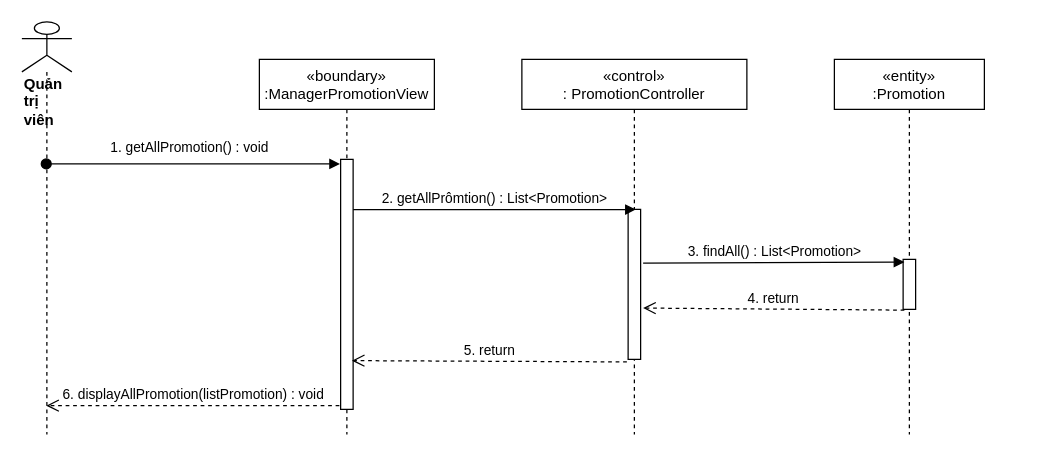
Earlier version of the draw.io diagram sequence diagram/view-promotions-manager-sequence.drawio (nguyenphamvan/datn_20202). Source tidied: cells renumbered, new cells numbered last; positions are measured from the earlier drawing's top-left corner, leaving out a move shared by most shapes. Both pictures are drawn from the tidied source at 125%, with x=0, y=0 at pixel (21, 21).
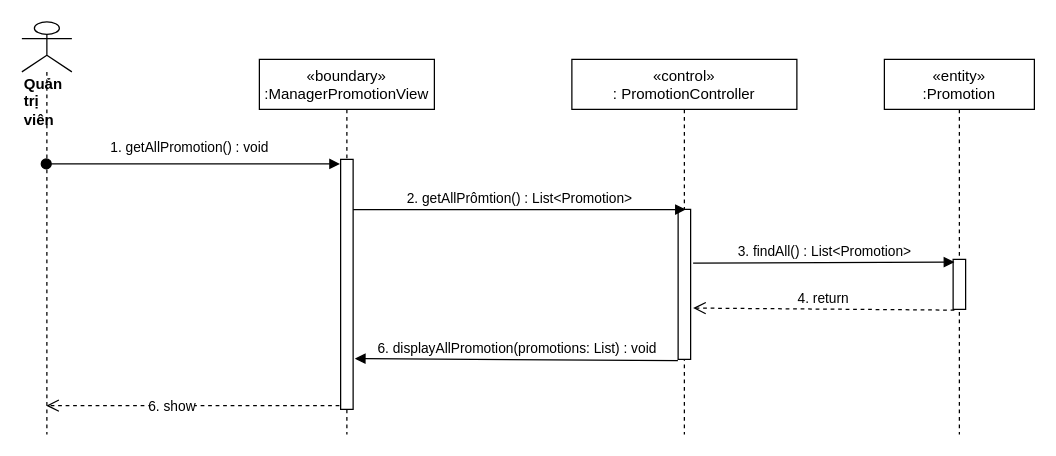
After the change.

The edit, as a diff of the source:
```diff
@@
 <mxGraphModel>
   <root>
     <mxCell id="0" />
     <mxCell id="1" parent="0" />
     <mxCell id="2" value="«boundary»&#10;:ManagerPromotionView" style="shape=umlLifeline;perimeter=lifelinePerimeter;rounded=0;shadow=0;strokeWidth=1;" parent="1" vertex="1">
       <mxGeometry x="190" y="30" width="140" height="300" as="geometry" />
     </mxCell>
     <mxCell id="3" style="points=[];perimeter=orthogonalPerimeter;rounded=0;shadow=0;strokeWidth=1;" parent="2" vertex="1">
       <mxGeometry x="65" y="80" width="10" height="200" as="geometry" />
     </mxCell>
     <mxCell id="4" value="«control»&#10;: PromotionController" style="shape=umlLifeline;perimeter=lifelinePerimeter;rounded=0;shadow=0;strokeWidth=1;" parent="1" vertex="1">
-      <mxGeometry x="400" y="30" width="180" height="300" as="geometry" />
+      <mxGeometry x="440" y="30" width="180" height="300" as="geometry" />
     </mxCell>
     <mxCell id="5" style="points=[];perimeter=orthogonalPerimeter;rounded=0;shadow=0;strokeWidth=1;" parent="4" vertex="1">
       <mxGeometry x="85" y="120" width="10" height="120" as="geometry" />
     </mxCell>
     <mxCell id="6" value="&lt;div&gt;&lt;b&gt;Quản trị viên&lt;/b&gt;&lt;/div&gt;" style="shape=umlLifeline;participant=umlActor;perimeter=lifelinePerimeter;whiteSpace=wrap;html=1;verticalAlign=top;spacingTop=36;outlineConnect=0;align=left;size=40;" parent="1" vertex="1">
       <mxGeometry width="40" height="330" as="geometry" />
     </mxCell>
     <mxCell id="7" value="1. getAllPromotion() : void" style="verticalAlign=bottom;startArrow=oval;endArrow=block;startSize=8;shadow=0;strokeWidth=1;entryX=-0.05;entryY=0.018;entryDx=0;entryDy=0;entryPerimeter=0;" parent="1" edge="1" source="6" target="3">
       <mxGeometry x="-0.02" y="4" relative="1" as="geometry" />
     </mxCell>
     <mxCell id="8" value="2. getAllPrômtion() : List&amp;lt;Promotion&amp;gt;" style="html=1;verticalAlign=bottom;endArrow=block;entryX=0.617;entryY=0.001;entryDx=0;entryDy=0;entryPerimeter=0;" parent="1" edge="1" source="3" target="5">
       <mxGeometry relative="1" as="geometry" />
     </mxCell>
     <mxCell id="9" value="«entity»&#10;:Promotion" style="shape=umlLifeline;perimeter=lifelinePerimeter;rounded=0;shadow=0;strokeWidth=1;" parent="1" vertex="1">
-      <mxGeometry x="650" y="30" width="120" height="300" as="geometry" />
+      <mxGeometry x="690" y="30" width="120" height="300" as="geometry" />
     </mxCell>
     <mxCell id="10" style="points=[];perimeter=orthogonalPerimeter;rounded=0;shadow=0;strokeWidth=1;" parent="9" vertex="1">
       <mxGeometry x="55" y="160" width="10" height="40" as="geometry" />
     </mxCell>
     <mxCell id="11" value="3. findAll() : List&amp;lt;Promotion&amp;gt;" style="html=1;verticalAlign=bottom;endArrow=block;entryX=0.1;entryY=0.055;entryDx=0;entryDy=0;entryPerimeter=0;exitX=1.2;exitY=0.358;exitDx=0;exitDy=0;exitPerimeter=0;" parent="1" edge="1" source="5" target="10">
       <mxGeometry relative="1" as="geometry" />
     </mxCell>
     <mxCell id="12" value="4. return" style="html=1;verticalAlign=bottom;endArrow=open;dashed=1;endSize=8;exitX=0.1;exitY=1.015;exitDx=0;exitDy=0;exitPerimeter=0;entryX=1.2;entryY=0.658;entryDx=0;entryDy=0;entryPerimeter=0;" parent="1" edge="1" source="10" target="5">
       <mxGeometry relative="1" as="geometry" />
     </mxCell>
+    <mxCell id="14" style="html=1;verticalAlign=bottom;endArrow=open;dashed=1;endSize=8;exitX=-0.1;exitY=0.985;exitDx=0;exitDy=0;exitPerimeter=0;" parent="1" edge="1" source="3" target="6">
+      <mxGeometry relative="1" as="geometry" />
+    </mxCell>
+    <mxCell id="15" value="6. show" style="edgeLabel;html=1;align=center;verticalAlign=middle;" parent="14" vertex="1">
+      <mxGeometry x="0.15" relative="1" as="geometry" />
+    </mxCell>
-    <mxCell id="13" value="5. return" style="html=1;verticalAlign=bottom;endArrow=open;dashed=1;endSize=8;entryX=0.9;entryY=0.805;entryDx=0;entryDy=0;entryPerimeter=0;exitX=-0.1;exitY=1.017;exitDx=0;exitDy=0;exitPerimeter=0;" parent="1" edge="1" source="5" target="3">
+    <mxCell id="13" value="6. displayAllPromotion(promotions: List) : void" style="html=1;verticalAlign=bottom;endArrow=block;exitX=-0.02;exitY=1.008;exitDx=0;exitDy=0;exitPerimeter=0;entryX=1.14;entryY=0.797;entryDx=0;entryDy=0;entryPerimeter=0;" parent="1" edge="1" source="5" target="3">
       <mxGeometry relative="1" as="geometry" />
     </mxCell>
-    <mxCell id="14" value="6. displayAllPromotion(listPromotion) : void" style="html=1;verticalAlign=bottom;endArrow=open;dashed=1;endSize=8;exitX=-0.1;exitY=0.985;exitDx=0;exitDy=0;exitPerimeter=0;" parent="1" edge="1" source="3" target="6">
-      <mxGeometry relative="1" as="geometry" />
-    </mxCell>
   </root>
 </mxGraphModel>
```
